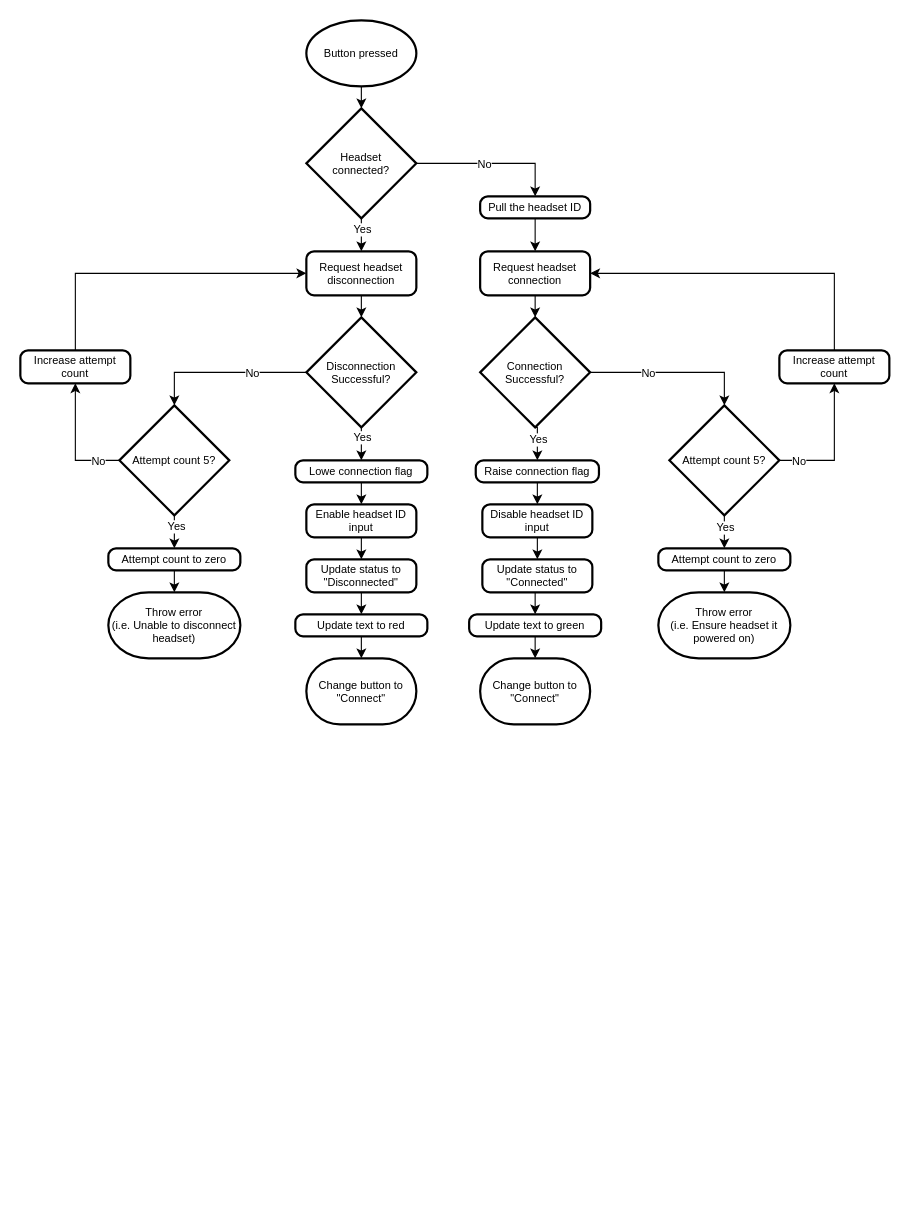
LaudersP/ToSound keeps this draw.io diagram as page "OnHeadsetClicked" (1 of 4) of docs/MindToSound Overall Flow Chart.drawio. Above is the earlier version. Source tidied: cells renumbered, new cells numbered last; positions are measured from the earlier drawing's top-left corner, leaving out a move shared by most shapes. Both pictures are drawn from the tidied source at 110%, with x=0, y=0 at pixel (20, 20).
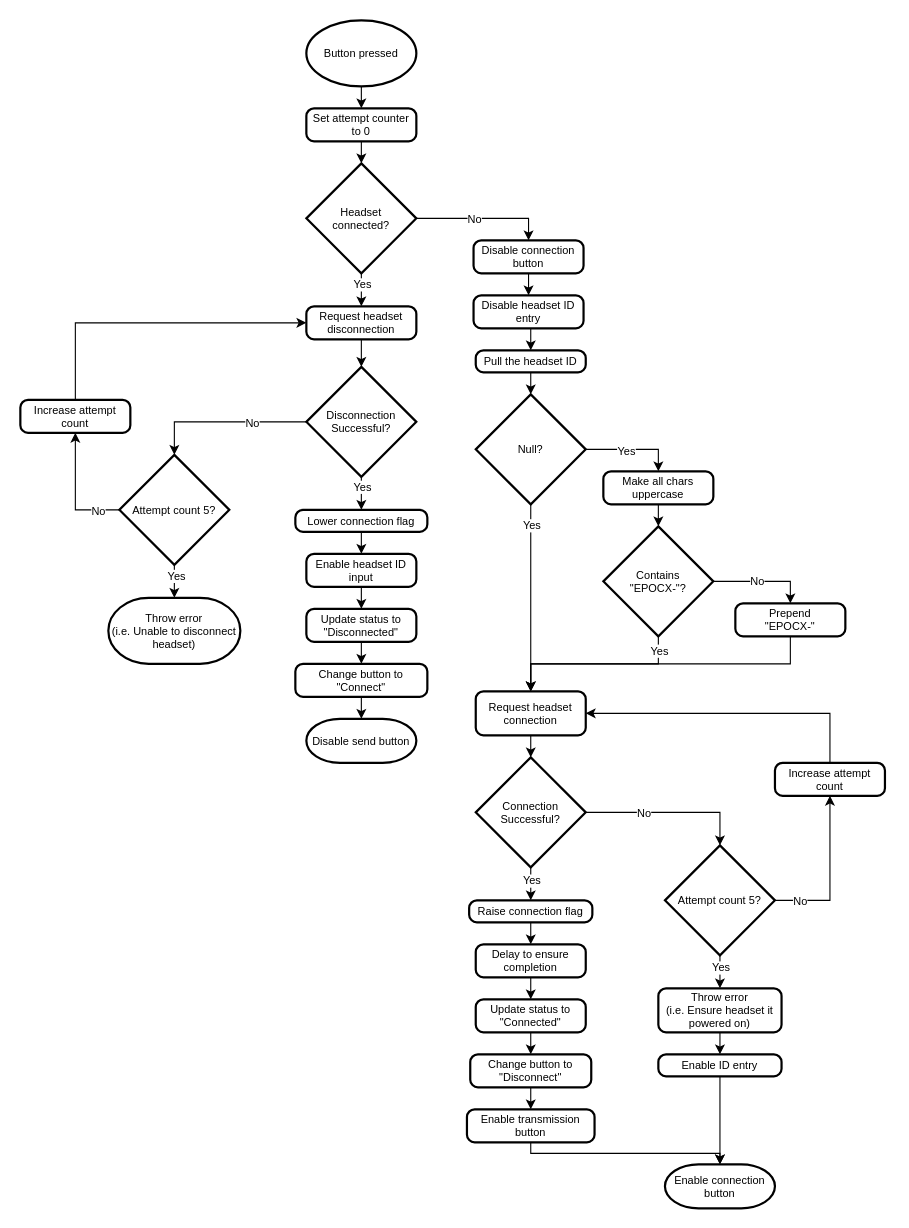
Above is the later version.

The change refers to these unchanged cells:
```xml
<mxCell id="2" value="Button pressed" style="strokeWidth=2;html=1;shape=mxgraph.flowchart.start_1;whiteSpace=wrap;fontSize=10;" parent="1" vertex="1">
  <mxGeometry x="260" width="100" height="60" as="geometry" />
</mxCell>
```

What changed in the source:
```diff
@@
+    <mxCell id="63" style="edgeStyle=orthogonalEdgeStyle;rounded=0;jettySize=auto;html=1;exitX=0.5;exitY=1;exitDx=0;exitDy=0;exitPerimeter=0;entryX=0.5;entryY=0;entryDx=0;entryDy=0;fontSize=10;" parent="1" edge="1" source="2" target="70">
+      <mxGeometry relative="1" as="geometry" />
+    </mxCell>
@@
-    <mxCell id="3" style="edgeStyle=orthogonalEdgeStyle;rounded=0;jettySize=auto;html=1;exitX=1;exitY=0.5;exitDx=0;exitDy=0;exitPerimeter=0;entryX=0.5;entryY=0;entryDx=0;entryDy=0;fontSize=10;" parent="1" edge="1" source="7" target="10">
+    <mxCell id="3" style="edgeStyle=orthogonalEdgeStyle;rounded=0;jettySize=auto;html=1;exitX=1;exitY=0.5;exitDx=0;exitDy=0;exitPerimeter=0;entryX=0.5;entryY=0;entryDx=0;entryDy=0;fontSize=10;" parent="1" edge="1" source="7" target="73">
       <mxGeometry relative="1" as="geometry" />
     </mxCell>
@@
     <mxCell id="7" value="Headset &lt;br&gt;connected?" style="strokeWidth=2;html=1;shape=mxgraph.flowchart.decision;whiteSpace=wrap;fontSize=10;" parent="1" vertex="1">
-      <mxGeometry x="260" y="80" width="100" height="100" as="geometry" />
+      <mxGeometry x="260" y="130" width="100" height="100" as="geometry" />
     </mxCell>
-    <mxCell id="8" style="edgeStyle=orthogonalEdgeStyle;rounded=0;jettySize=auto;html=1;entryX=0.5;entryY=0;entryDx=0;entryDy=0;entryPerimeter=0;fontSize=10;exitX=0.5;exitY=1;exitDx=0;exitDy=0;exitPerimeter=0;" parent="1" edge="1" source="2" target="7">
-      <mxGeometry relative="1" as="geometry" />
-    </mxCell>
-    <mxCell id="9" style="edgeStyle=orthogonalEdgeStyle;rounded=0;jettySize=auto;html=1;exitX=0.5;exitY=1;exitDx=0;exitDy=0;entryX=0.5;entryY=0;entryDx=0;entryDy=0;fontSize=10;" parent="1" edge="1" source="10" target="11">
-      <mxGeometry relative="1" as="geometry" />
-    </mxCell>
     <mxCell id="10" value="Pull the headset ID" style="rounded=1;whiteSpace=wrap;html=1;absoluteArcSize=1;arcSize=14;strokeWidth=2;fontSize=10;" parent="1" vertex="1">
-      <mxGeometry x="418" y="160" width="100" height="20" as="geometry" />
+      <mxGeometry x="414" y="300" width="100" height="20" as="geometry" />
     </mxCell>
     <mxCell id="11" value="Request headset connection" style="rounded=1;whiteSpace=wrap;html=1;absoluteArcSize=1;arcSize=14;strokeWidth=2;fontSize=10;" parent="1" vertex="1">
-      <mxGeometry x="418" y="210" width="100" height="40" as="geometry" />
+      <mxGeometry x="414" y="610" width="100" height="40" as="geometry" />
     </mxCell>
@@
     <mxCell id="14" value="Connection Successful?" style="strokeWidth=2;html=1;shape=mxgraph.flowchart.decision;whiteSpace=wrap;fontSize=10;" parent="1" vertex="1">
-      <mxGeometry x="418" y="270" width="100" height="100" as="geometry" />
+      <mxGeometry x="414" y="670" width="100" height="100" as="geometry" />
     </mxCell>
@@
-    <mxCell id="18" style="edgeStyle=orthogonalEdgeStyle;rounded=0;jettySize=auto;html=1;exitX=0.5;exitY=1;exitDx=0;exitDy=0;exitPerimeter=0;entryX=0.5;entryY=0;entryDx=0;entryDy=0;fontSize=10;" parent="1" edge="1" source="20" target="39">
+    <mxCell id="18" style="edgeStyle=orthogonalEdgeStyle;rounded=0;jettySize=auto;html=1;exitX=0.5;exitY=1;exitDx=0;exitDy=0;exitPerimeter=0;fontSize=10;entryX=0.5;entryY=0;entryDx=0;entryDy=0;" parent="1" edge="1" source="20" target="25">
       <mxGeometry relative="1" as="geometry" />
     </mxCell>
@@
     <mxCell id="20" value="Attempt count 5?" style="strokeWidth=2;html=1;shape=mxgraph.flowchart.decision;whiteSpace=wrap;fontSize=10;" parent="1" vertex="1">
-      <mxGeometry x="590" y="350" width="100" height="100" as="geometry" />
+      <mxGeometry x="586" y="750" width="100" height="100" as="geometry" />
     </mxCell>
@@
     <mxCell id="24" value="Increase attempt count" style="rounded=1;whiteSpace=wrap;html=1;absoluteArcSize=1;arcSize=14;strokeWidth=2;fontSize=10;" parent="1" vertex="1">
-      <mxGeometry x="690" y="300" width="100" height="30" as="geometry" />
+      <mxGeometry x="686" y="675" width="100" height="30" as="geometry" />
     </mxCell>
-    <mxCell id="25" value="Throw error&lt;br&gt;(i.e. Ensure headset it powered on)" style="strokeWidth=2;html=1;shape=mxgraph.flowchart.terminator;whiteSpace=wrap;fontSize=10;" parent="1" vertex="1">
-      <mxGeometry x="580" y="520" width="120" height="60" as="geometry" />
-    </mxCell>
-    <mxCell id="26" style="edgeStyle=orthogonalEdgeStyle;rounded=0;jettySize=auto;html=1;exitX=0.5;exitY=1;exitDx=0;exitDy=0;entryX=0.5;entryY=0;entryDx=0;entryDy=0;fontSize=10;" parent="1" edge="1" source="27" target="29">
-      <mxGeometry relative="1" as="geometry" />
-    </mxCell>
+    <mxCell id="64" style="edgeStyle=orthogonalEdgeStyle;rounded=0;jettySize=auto;html=1;exitX=0.5;exitY=1;exitDx=0;exitDy=0;entryX=0.5;entryY=0;entryDx=0;entryDy=0;fontSize=10;" parent="1" edge="1" source="27" target="92">
+      <mxGeometry relative="1" as="geometry" />
+    </mxCell>
     <mxCell id="27" value="Raise connection flag" style="rounded=1;whiteSpace=wrap;html=1;absoluteArcSize=1;arcSize=14;strokeWidth=2;fontSize=10;" parent="1" vertex="1">
-      <mxGeometry x="414" y="400" width="112" height="20" as="geometry" />
+      <mxGeometry x="408" y="800" width="112" height="20" as="geometry" />
     </mxCell>
-    <mxCell id="28" style="edgeStyle=orthogonalEdgeStyle;rounded=0;jettySize=auto;html=1;exitX=0.5;exitY=1;exitDx=0;exitDy=0;entryX=0.5;entryY=0;entryDx=0;entryDy=0;fontSize=10;" parent="1" edge="1" source="29" target="32">
-      <mxGeometry relative="1" as="geometry" />
-    </mxCell>
-    <mxCell id="29" value="Disable headset ID input" style="rounded=1;whiteSpace=wrap;html=1;absoluteArcSize=1;arcSize=14;strokeWidth=2;fontSize=10;" parent="1" vertex="1">
-      <mxGeometry x="420" y="440" width="100" height="30" as="geometry" />
-    </mxCell>
-    <mxCell id="30" value="Change button to &quot;Connect&quot;" style="strokeWidth=2;html=1;shape=mxgraph.flowchart.terminator;whiteSpace=wrap;fontSize=10;" parent="1" vertex="1">
-      <mxGeometry x="418" y="580" width="100" height="60" as="geometry" />
+    <mxCell id="30" value="Enable connection button" style="strokeWidth=2;html=1;shape=mxgraph.flowchart.terminator;whiteSpace=wrap;fontSize=10;" parent="1" vertex="1">
+      <mxGeometry x="586" y="1040" width="100" height="40" as="geometry" />
     </mxCell>
-    <mxCell id="31" style="edgeStyle=orthogonalEdgeStyle;rounded=0;jettySize=auto;html=1;exitX=0.5;exitY=1;exitDx=0;exitDy=0;entryX=0.5;entryY=0;entryDx=0;entryDy=0;fontSize=10;" parent="1" edge="1" source="32" target="33">
-      <mxGeometry relative="1" as="geometry" />
-    </mxCell>
+    <mxCell id="65" style="edgeStyle=orthogonalEdgeStyle;rounded=0;jettySize=auto;html=1;exitX=0.5;exitY=1;exitDx=0;exitDy=0;entryX=0.5;entryY=0;entryDx=0;entryDy=0;fontSize=10;" parent="1" edge="1" source="32" target="67">
+      <mxGeometry relative="1" as="geometry" />
+    </mxCell>
     <mxCell id="32" value="Update status to &quot;Connected&quot;" style="rounded=1;whiteSpace=wrap;html=1;absoluteArcSize=1;arcSize=14;strokeWidth=2;fontSize=10;" parent="1" vertex="1">
-      <mxGeometry x="420" y="490" width="100" height="30" as="geometry" />
+      <mxGeometry x="414" y="890" width="100" height="30" as="geometry" />
     </mxCell>
-    <mxCell id="33" value="Update text to green" style="rounded=1;whiteSpace=wrap;html=1;absoluteArcSize=1;arcSize=14;strokeWidth=2;fontSize=10;" parent="1" vertex="1">
-      <mxGeometry x="408" y="540" width="120" height="20" as="geometry" />
-    </mxCell>
-    <mxCell id="34" style="edgeStyle=orthogonalEdgeStyle;rounded=0;jettySize=auto;html=1;exitX=0.5;exitY=1;exitDx=0;exitDy=0;entryX=0.5;entryY=0;entryDx=0;entryDy=0;entryPerimeter=0;fontSize=10;" parent="1" edge="1" source="33" target="30">
-      <mxGeometry relative="1" as="geometry" />
-    </mxCell>
     <mxCell id="35" value="Request headset disconnection" style="rounded=1;whiteSpace=wrap;html=1;absoluteArcSize=1;arcSize=14;strokeWidth=2;fontSize=10;" parent="1" vertex="1">
-      <mxGeometry x="260" y="210" width="100" height="40" as="geometry" />
+      <mxGeometry x="260" y="260" width="100" height="30" as="geometry" />
     </mxCell>
@@
     <mxCell id="38" value="Disconnection&lt;br&gt;Successful?" style="strokeWidth=2;html=1;shape=mxgraph.flowchart.decision;whiteSpace=wrap;fontSize=10;" parent="1" vertex="1">
-      <mxGeometry x="260" y="270" width="100" height="100" as="geometry" />
+      <mxGeometry x="260" y="315" width="100" height="100" as="geometry" />
     </mxCell>
-    <mxCell id="39" value="Attempt count to zero" style="rounded=1;whiteSpace=wrap;html=1;absoluteArcSize=1;arcSize=14;strokeWidth=2;fontSize=10;" parent="1" vertex="1">
-      <mxGeometry x="580" y="480" width="120" height="20" as="geometry" />
-    </mxCell>
-    <mxCell id="40" style="edgeStyle=orthogonalEdgeStyle;rounded=0;jettySize=auto;html=1;exitX=0.5;exitY=1;exitDx=0;exitDy=0;entryX=0.5;entryY=0;entryDx=0;entryDy=0;entryPerimeter=0;fontSize=10;" parent="1" edge="1" source="39" target="25">
-      <mxGeometry relative="1" as="geometry" />
-    </mxCell>
-    <mxCell id="41" style="edgeStyle=orthogonalEdgeStyle;rounded=0;jettySize=auto;html=1;exitX=0.5;exitY=1;exitDx=0;exitDy=0;exitPerimeter=0;entryX=0.5;entryY=0;entryDx=0;entryDy=0;fontSize=10;" parent="1" edge="1" source="45" target="48">
+    <mxCell id="41" style="edgeStyle=orthogonalEdgeStyle;rounded=0;jettySize=auto;html=1;exitX=0.5;exitY=1;exitDx=0;exitDy=0;exitPerimeter=0;entryX=0.5;entryY=0;entryDx=0;entryDy=0;fontSize=10;entryPerimeter=0;" parent="1" edge="1" source="45" target="52">
       <mxGeometry relative="1" as="geometry" />
     </mxCell>
@@
     <mxCell id="45" value="Attempt count 5?" style="strokeWidth=2;html=1;shape=mxgraph.flowchart.decision;whiteSpace=wrap;fontSize=10;" parent="1" vertex="1">
-      <mxGeometry x="90" y="350" width="100" height="100" as="geometry" />
+      <mxGeometry x="90" y="395" width="100" height="100" as="geometry" />
     </mxCell>
@@
     <mxCell id="47" value="Increase attempt count" style="rounded=1;whiteSpace=wrap;html=1;absoluteArcSize=1;arcSize=14;strokeWidth=2;fontSize=10;" parent="1" vertex="1">
-      <mxGeometry y="300" width="100" height="30" as="geometry" />
+      <mxGeometry y="345" width="100" height="30" as="geometry" />
     </mxCell>
-    <mxCell id="48" value="Attempt count to zero" style="rounded=1;whiteSpace=wrap;html=1;absoluteArcSize=1;arcSize=14;strokeWidth=2;fontSize=10;" parent="1" vertex="1">
-      <mxGeometry x="80" y="480" width="120" height="20" as="geometry" />
-    </mxCell>
@@
     <mxCell id="52" value="Throw error&lt;br&gt;(i.e. Unable to disconnect headset)" style="strokeWidth=2;html=1;shape=mxgraph.flowchart.terminator;whiteSpace=wrap;fontSize=10;" parent="1" vertex="1">
-      <mxGeometry x="80" y="520" width="120" height="60" as="geometry" />
+      <mxGeometry x="80" y="525" width="120" height="60" as="geometry" />
     </mxCell>
-    <mxCell id="53" style="edgeStyle=orthogonalEdgeStyle;rounded=0;jettySize=auto;html=1;exitX=0.5;exitY=1;exitDx=0;exitDy=0;entryX=0.5;entryY=0;entryDx=0;entryDy=0;entryPerimeter=0;fontSize=10;" parent="1" edge="1" source="48" target="52">
-      <mxGeometry relative="1" as="geometry" />
-    </mxCell>
@@
-    <mxCell id="55" value="Lowe connection flag" style="rounded=1;whiteSpace=wrap;html=1;absoluteArcSize=1;arcSize=14;strokeWidth=2;fontSize=10;" parent="1" vertex="1">
-      <mxGeometry x="250" y="400" width="120" height="20" as="geometry" />
+    <mxCell id="55" value="Lower&lt;span style=&quot;background-color: transparent; color: light-dark(rgb(0, 0, 0), rgb(255, 255, 255));&quot;&gt;&amp;nbsp;connection flag&lt;/span&gt;" style="rounded=1;whiteSpace=wrap;html=1;absoluteArcSize=1;arcSize=14;strokeWidth=2;fontSize=10;" parent="1" vertex="1">
+      <mxGeometry x="250" y="445" width="120" height="20" as="geometry" />
     </mxCell>
@@
     <mxCell id="57" value="Enable headset ID input" style="rounded=1;whiteSpace=wrap;html=1;absoluteArcSize=1;arcSize=14;strokeWidth=2;fontSize=10;" parent="1" vertex="1">
-      <mxGeometry x="260" y="440" width="100" height="30" as="geometry" />
+      <mxGeometry x="260" y="485" width="100" height="30" as="geometry" />
     </mxCell>
-    <mxCell id="58" value="Change button to &quot;Connect&quot;" style="strokeWidth=2;html=1;shape=mxgraph.flowchart.terminator;whiteSpace=wrap;fontSize=10;" parent="1" vertex="1">
-      <mxGeometry x="260" y="580" width="100" height="60" as="geometry" />
+    <mxCell id="58" value="Disable send button" style="strokeWidth=2;html=1;shape=mxgraph.flowchart.terminator;whiteSpace=wrap;fontSize=10;" parent="1" vertex="1">
+      <mxGeometry x="260" y="635" width="100" height="40" as="geometry" />
     </mxCell>
-    <mxCell id="59" style="edgeStyle=orthogonalEdgeStyle;rounded=0;jettySize=auto;html=1;exitX=0.5;exitY=1;exitDx=0;exitDy=0;entryX=0.5;entryY=0;entryDx=0;entryDy=0;fontSize=10;" parent="1" edge="1" source="60" target="61">
+    <mxCell id="59" style="edgeStyle=orthogonalEdgeStyle;rounded=0;jettySize=auto;html=1;exitX=0.5;exitY=1;exitDx=0;exitDy=0;entryX=0.5;entryY=0;entryDx=0;entryDy=0;fontSize=10;" parent="1" edge="1" source="60" target="68">
       <mxGeometry relative="1" as="geometry" />
     </mxCell>
     <mxCell id="60" value="Update status to &quot;Disconnected&quot;" style="rounded=1;whiteSpace=wrap;html=1;absoluteArcSize=1;arcSize=14;strokeWidth=2;fontSize=10;" parent="1" vertex="1">
-      <mxGeometry x="260" y="490" width="100" height="30" as="geometry" />
+      <mxGeometry x="260" y="535" width="100" height="30" as="geometry" />
     </mxCell>
-    <mxCell id="61" value="Update text to red" style="rounded=1;whiteSpace=wrap;html=1;absoluteArcSize=1;arcSize=14;strokeWidth=2;fontSize=10;" parent="1" vertex="1">
-      <mxGeometry x="250" y="540" width="120" height="20" as="geometry" />
-    </mxCell>
-    <mxCell id="62" style="edgeStyle=orthogonalEdgeStyle;rounded=0;jettySize=auto;html=1;exitX=0.5;exitY=1;exitDx=0;exitDy=0;entryX=0.5;entryY=0;entryDx=0;entryDy=0;entryPerimeter=0;fontSize=10;" parent="1" edge="1" source="61" target="58">
-      <mxGeometry relative="1" as="geometry" />
-    </mxCell>
+    <mxCell id="66" style="edgeStyle=orthogonalEdgeStyle;rounded=0;jettySize=auto;html=1;exitX=0.5;exitY=1;exitDx=0;exitDy=0;entryX=0.5;entryY=0;entryDx=0;entryDy=0;fontSize=10;" parent="1" edge="1" source="67" target="96">
+      <mxGeometry relative="1" as="geometry" />
+    </mxCell>
+    <mxCell id="67" value="&lt;span&gt;Change button to &quot;Disconnect&quot;&lt;/span&gt;" style="rounded=1;whiteSpace=wrap;html=1;absoluteArcSize=1;arcSize=14;strokeWidth=2;fontSize=10;" parent="1" vertex="1">
+      <mxGeometry x="409" y="940" width="110" height="30" as="geometry" />
+    </mxCell>
+    <mxCell id="68" value="&lt;span&gt;Change button to &quot;Connect&quot;&lt;/span&gt;" style="rounded=1;whiteSpace=wrap;html=1;absoluteArcSize=1;arcSize=14;strokeWidth=2;fontSize=10;" parent="1" vertex="1">
+      <mxGeometry x="250" y="585" width="120" height="30" as="geometry" />
+    </mxCell>
+    <mxCell id="69" style="edgeStyle=orthogonalEdgeStyle;rounded=0;jettySize=auto;html=1;exitX=0.5;exitY=1;exitDx=0;exitDy=0;entryX=0.5;entryY=0;entryDx=0;entryDy=0;entryPerimeter=0;fontSize=10;" parent="1" edge="1" source="68" target="58">
+      <mxGeometry relative="1" as="geometry" />
+    </mxCell>
+    <mxCell id="70" value="Set attempt counter to 0" style="rounded=1;whiteSpace=wrap;html=1;absoluteArcSize=1;arcSize=14;strokeWidth=2;fontSize=10;" parent="1" vertex="1">
+      <mxGeometry x="260" y="80" width="100" height="30" as="geometry" />
+    </mxCell>
+    <mxCell id="71" style="edgeStyle=orthogonalEdgeStyle;rounded=0;jettySize=auto;html=1;exitX=0.5;exitY=1;exitDx=0;exitDy=0;entryX=0.5;entryY=0;entryDx=0;entryDy=0;entryPerimeter=0;fontSize=10;" parent="1" edge="1" source="70" target="7">
+      <mxGeometry relative="1" as="geometry" />
+    </mxCell>
+    <mxCell id="72" style="edgeStyle=orthogonalEdgeStyle;rounded=0;jettySize=auto;html=1;exitX=0.5;exitY=1;exitDx=0;exitDy=0;entryX=0.5;entryY=0;entryDx=0;entryDy=0;fontSize=10;" parent="1" edge="1" source="73" target="75">
+      <mxGeometry relative="1" as="geometry" />
+    </mxCell>
+    <mxCell id="73" value="Disable connection button" style="rounded=1;whiteSpace=wrap;html=1;absoluteArcSize=1;arcSize=14;strokeWidth=2;fontSize=10;" parent="1" vertex="1">
+      <mxGeometry x="412" y="200" width="100" height="30" as="geometry" />
+    </mxCell>
+    <mxCell id="74" style="edgeStyle=orthogonalEdgeStyle;rounded=0;jettySize=auto;html=1;exitX=0.5;exitY=1;exitDx=0;exitDy=0;entryX=0.5;entryY=0;entryDx=0;entryDy=0;fontSize=10;" parent="1" edge="1" source="75" target="10">
+      <mxGeometry relative="1" as="geometry" />
+    </mxCell>
+    <mxCell id="75" value="Disable headset ID entry" style="rounded=1;whiteSpace=wrap;html=1;absoluteArcSize=1;arcSize=14;strokeWidth=2;fontSize=10;" parent="1" vertex="1">
+      <mxGeometry x="412" y="250" width="100" height="30" as="geometry" />
+    </mxCell>
+    <mxCell id="76" style="edgeStyle=orthogonalEdgeStyle;rounded=0;jettySize=auto;html=1;exitX=1;exitY=0.5;exitDx=0;exitDy=0;exitPerimeter=0;entryX=0.5;entryY=0;entryDx=0;entryDy=0;fontSize=10;" parent="1" edge="1" source="80" target="82">
+      <mxGeometry relative="1" as="geometry" />
+    </mxCell>
+    <mxCell id="77" value="Yes" style="edgeLabel;html=1;align=center;verticalAlign=middle;fontSize=10;" parent="76" vertex="1">
+      <mxGeometry x="-0.16" y="-1" relative="1" as="geometry" />
+    </mxCell>
+    <mxCell id="78" style="edgeStyle=orthogonalEdgeStyle;rounded=0;jettySize=auto;html=1;exitX=0.5;exitY=1;exitDx=0;exitDy=0;exitPerimeter=0;entryX=0.5;entryY=0;entryDx=0;entryDy=0;fontSize=10;" parent="1" edge="1" source="80" target="11">
+      <mxGeometry relative="1" as="geometry" />
+    </mxCell>
+    <mxCell id="79" value="Yes" style="edgeLabel;html=1;align=center;verticalAlign=middle;fontSize=10;" parent="78" vertex="1">
+      <mxGeometry x="-0.79" relative="1" as="geometry" />
+    </mxCell>
+    <mxCell id="80" value="Null?" style="strokeWidth=2;html=1;shape=mxgraph.flowchart.decision;whiteSpace=wrap;fontSize=10;" parent="1" vertex="1">
+      <mxGeometry x="414" y="340" width="100" height="100" as="geometry" />
+    </mxCell>
+    <mxCell id="81" style="edgeStyle=orthogonalEdgeStyle;rounded=0;jettySize=auto;html=1;exitX=0.5;exitY=1;exitDx=0;exitDy=0;entryX=0.5;entryY=0;entryDx=0;entryDy=0;entryPerimeter=0;fontSize=10;" parent="1" edge="1" source="10" target="80">
+      <mxGeometry relative="1" as="geometry" />
+    </mxCell>
+    <mxCell id="82" value="Make all chars uppercase" style="rounded=1;whiteSpace=wrap;html=1;absoluteArcSize=1;arcSize=14;strokeWidth=2;fontSize=10;" parent="1" vertex="1">
+      <mxGeometry x="530" y="410" width="100" height="30" as="geometry" />
+    </mxCell>
+    <mxCell id="83" style="edgeStyle=orthogonalEdgeStyle;rounded=0;jettySize=auto;html=1;exitX=1;exitY=0.5;exitDx=0;exitDy=0;exitPerimeter=0;entryX=0.5;entryY=0;entryDx=0;entryDy=0;fontSize=10;" parent="1" edge="1" source="87" target="90">
+      <mxGeometry relative="1" as="geometry" />
+    </mxCell>
+    <mxCell id="84" value="No" style="edgeLabel;html=1;align=center;verticalAlign=middle;fontSize=10;" parent="83" vertex="1">
+      <mxGeometry x="-0.14" y="1" relative="1" as="geometry" />
+    </mxCell>
+    <mxCell id="85" style="edgeStyle=orthogonalEdgeStyle;rounded=0;jettySize=auto;html=1;exitX=0.5;exitY=1;exitDx=0;exitDy=0;exitPerimeter=0;entryX=0.5;entryY=0;entryDx=0;entryDy=0;fontSize=10;" parent="1" edge="1" source="87" target="11">
+      <mxGeometry relative="1" as="geometry" />
+    </mxCell>
+    <mxCell id="86" value="Yes" style="edgeLabel;html=1;align=center;verticalAlign=middle;fontSize=10;" parent="85" vertex="1">
+      <mxGeometry x="-0.86" relative="1" as="geometry" />
+    </mxCell>
+    <mxCell id="87" value="Contains&lt;br&gt;&quot;EPOCX-&quot;?" style="strokeWidth=2;html=1;shape=mxgraph.flowchart.decision;whiteSpace=wrap;fontSize=10;" parent="1" vertex="1">
+      <mxGeometry x="530" y="460" width="100" height="100" as="geometry" />
+    </mxCell>
+    <mxCell id="88" style="edgeStyle=orthogonalEdgeStyle;rounded=0;jettySize=auto;html=1;exitX=0.5;exitY=1;exitDx=0;exitDy=0;entryX=0.5;entryY=0;entryDx=0;entryDy=0;entryPerimeter=0;fontSize=10;" parent="1" edge="1" source="82" target="87">
+      <mxGeometry relative="1" as="geometry" />
+    </mxCell>
+    <mxCell id="89" style="edgeStyle=orthogonalEdgeStyle;rounded=0;jettySize=auto;html=1;exitX=0.5;exitY=1;exitDx=0;exitDy=0;entryX=0.5;entryY=0;entryDx=0;entryDy=0;fontSize=10;" parent="1" edge="1" source="90" target="11">
+      <mxGeometry relative="1" as="geometry" />
+    </mxCell>
+    <mxCell id="90" value="Prepend&lt;br&gt;&quot;EPOCX-&quot;" style="rounded=1;whiteSpace=wrap;html=1;absoluteArcSize=1;arcSize=14;strokeWidth=2;fontSize=10;" parent="1" vertex="1">
+      <mxGeometry x="650" y="530" width="100" height="30" as="geometry" />
+    </mxCell>
+    <mxCell id="91" style="edgeStyle=orthogonalEdgeStyle;rounded=0;jettySize=auto;html=1;exitX=0.5;exitY=1;exitDx=0;exitDy=0;entryX=0.5;entryY=0;entryDx=0;entryDy=0;fontSize=10;" parent="1" edge="1" source="92" target="32">
+      <mxGeometry relative="1" as="geometry" />
+    </mxCell>
+    <mxCell id="92" value="Delay to ensure completion" style="rounded=1;whiteSpace=wrap;html=1;absoluteArcSize=1;arcSize=14;strokeWidth=2;fontSize=10;" parent="1" vertex="1">
+      <mxGeometry x="414" y="840" width="100" height="30" as="geometry" />
+    </mxCell>
+    <mxCell id="93" style="edgeStyle=orthogonalEdgeStyle;rounded=0;jettySize=auto;html=1;exitX=0.5;exitY=1;exitDx=0;exitDy=0;entryX=0.5;entryY=0;entryDx=0;entryDy=0;fontSize=10;" parent="1" edge="1" source="25" target="94">
+      <mxGeometry relative="1" as="geometry" />
+    </mxCell>
+    <mxCell id="25" value="Throw error&lt;br&gt;(i.e. Ensure headset it powered on)" style="rounded=1;whiteSpace=wrap;html=1;absoluteArcSize=1;arcSize=14;strokeWidth=2;fontSize=10;" parent="1" vertex="1">
+      <mxGeometry x="580" y="880" width="112" height="40" as="geometry" />
+    </mxCell>
+    <mxCell id="94" value="Enable ID entry" style="rounded=1;whiteSpace=wrap;html=1;absoluteArcSize=1;arcSize=14;strokeWidth=2;fontSize=10;" parent="1" vertex="1">
+      <mxGeometry x="580" y="940" width="112" height="20" as="geometry" />
+    </mxCell>
+    <mxCell id="95" style="edgeStyle=orthogonalEdgeStyle;rounded=0;jettySize=auto;html=1;exitX=0.5;exitY=1;exitDx=0;exitDy=0;entryX=0.5;entryY=0;entryDx=0;entryDy=0;entryPerimeter=0;fontSize=10;" parent="1" edge="1" source="94" target="30">
+      <mxGeometry relative="1" as="geometry" />
+    </mxCell>
+    <mxCell id="96" value="Enable transmission button" style="rounded=1;whiteSpace=wrap;html=1;absoluteArcSize=1;arcSize=14;strokeWidth=2;fontSize=10;" parent="1" vertex="1">
+      <mxGeometry x="406" y="990" width="116" height="30" as="geometry" />
+    </mxCell>
+    <mxCell id="97" style="edgeStyle=orthogonalEdgeStyle;rounded=0;jettySize=auto;html=1;exitX=0.5;exitY=1;exitDx=0;exitDy=0;entryX=0.5;entryY=0;entryDx=0;entryDy=0;entryPerimeter=0;fontSize=10;" parent="1" edge="1" source="96" target="30">
+      <mxGeometry relative="1" as="geometry">
+        <Array as="points">
+          <mxPoint x="464" y="1030" />
+          <mxPoint x="636" y="1030" />
+        </Array>
+      </mxGeometry>
+    </mxCell>
```
